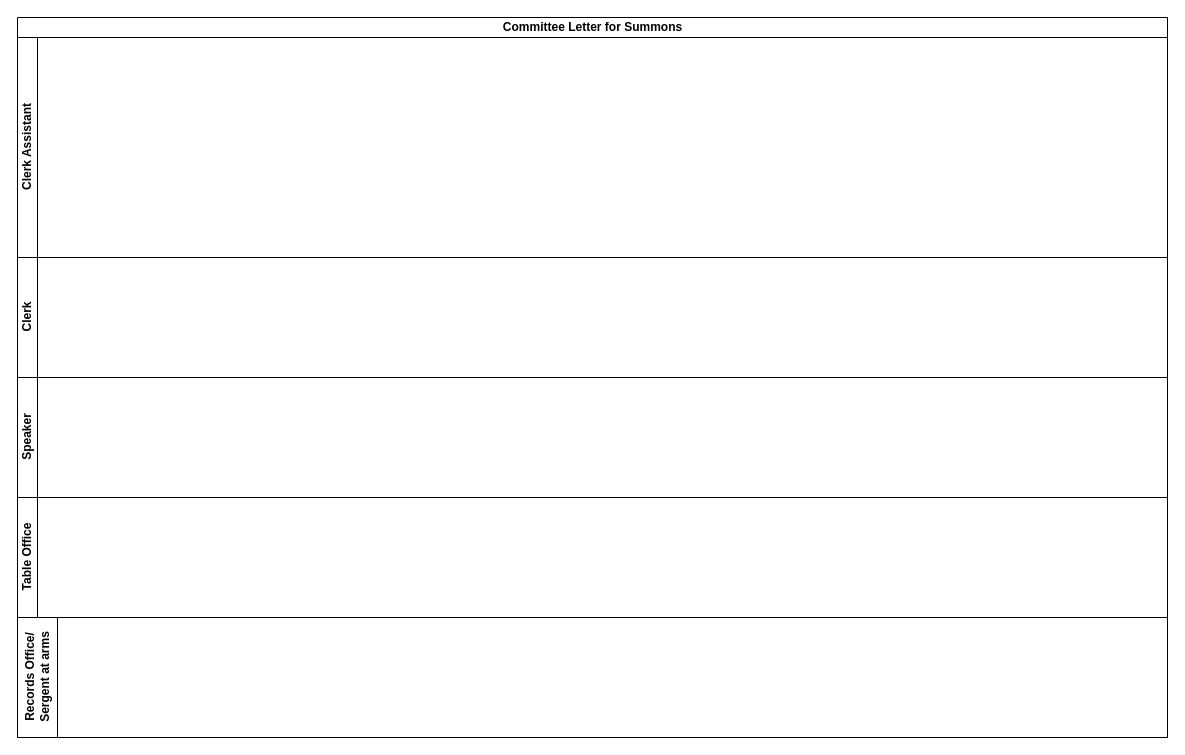
Above: Committees Letters for Summons.drawio in kmagua/flowcharts (draw.io), before the change. Source tidied: cells renumbered, new cells numbered last; positions are measured from the earlier drawing's top-left corner, leaving out a move shared by most shapes. Both pictures are drawn from the tidied source at 100%, with x=0, y=0 at pixel (17, 17).
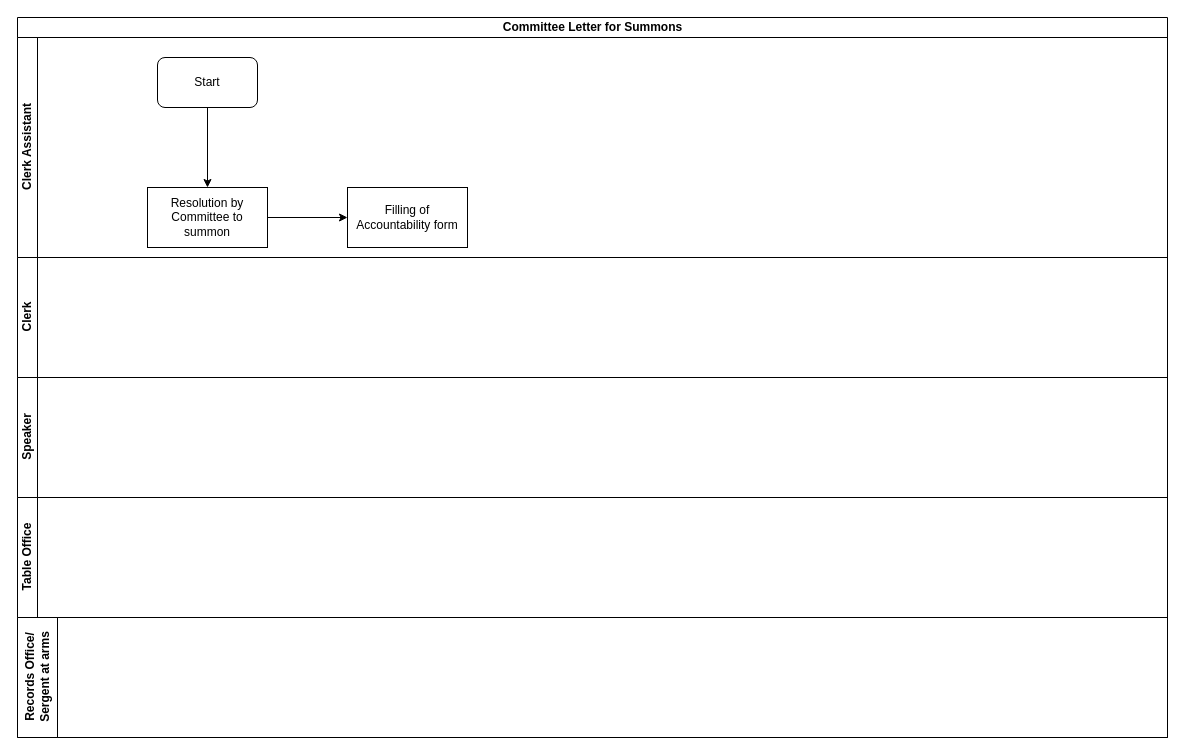
Above is the later version.

The edit, as a diff of the source:
```diff
@@
 <mxGraphModel>
   <root>
     <mxCell id="0" />
     <mxCell id="1" parent="0" />
     <mxCell id="2" value="Committee Letter for Summons" style="swimlane;html=1;horizontal=1;startSize=20;" parent="1" vertex="1">
       <mxGeometry width="1150" height="720" as="geometry" />
     </mxCell>
     <mxCell id="3" value="Clerk Assistant" style="swimlane;html=1;startSize=20;horizontal=0;" parent="2" vertex="1">
       <mxGeometry y="20" width="1150" height="220" as="geometry" />
     </mxCell>
+    <mxCell id="8" value="Start" style="rounded=1;whiteSpace=wrap;html=1;" parent="3" vertex="1">
+      <mxGeometry x="140" y="20" width="100" height="50" as="geometry" />
+    </mxCell>
+    <mxCell id="9" value="Resolution by Committee to summon" style="rounded=0;whiteSpace=wrap;html=1;" parent="3" vertex="1">
+      <mxGeometry x="130" y="150" width="120" height="60" as="geometry" />
+    </mxCell>
+    <mxCell id="10" style="edgeStyle=orthogonalEdgeStyle;rounded=0;jettySize=auto;html=1;entryX=0.5;entryY=0;entryDx=0;entryDy=0;" parent="3" edge="1" source="8" target="9">
+      <mxGeometry relative="1" as="geometry" />
+    </mxCell>
     <mxCell id="4" value="Clerk" style="swimlane;html=1;startSize=20;horizontal=0;" parent="2" vertex="1">
       <mxGeometry y="240" width="1150" height="120" as="geometry" />
     </mxCell>
     <mxCell id="5" value="Speaker" style="swimlane;html=1;startSize=20;horizontal=0;" parent="2" vertex="1">
       <mxGeometry y="360" width="1150" height="120" as="geometry" />
     </mxCell>
     <mxCell id="6" value="Table Office" style="swimlane;html=1;startSize=20;horizontal=0;" parent="2" vertex="1">
       <mxGeometry y="480" width="1150" height="120" as="geometry" />
     </mxCell>
     <mxCell id="7" value="&lt;div&gt;Records Office/ &lt;br&gt;&lt;/div&gt;&lt;div&gt;Sergent at arms&lt;/div&gt;" style="swimlane;html=1;startSize=40;horizontal=0;" parent="2" vertex="1">
       <mxGeometry y="600" width="1150" height="120" as="geometry" />
     </mxCell>
+    <mxCell id="11" value="Filling of Accountability form" style="whiteSpace=wrap;html=1;rounded=0;" parent="1" vertex="1">
+      <mxGeometry x="330" y="170" width="120" height="60" as="geometry" />
+    </mxCell>
+    <mxCell id="12" style="edgeStyle=orthogonalEdgeStyle;rounded=0;jettySize=auto;html=1;" parent="1" edge="1" source="9" target="11">
+      <mxGeometry relative="1" as="geometry" />
+    </mxCell>
   </root>
 </mxGraphModel>
```
